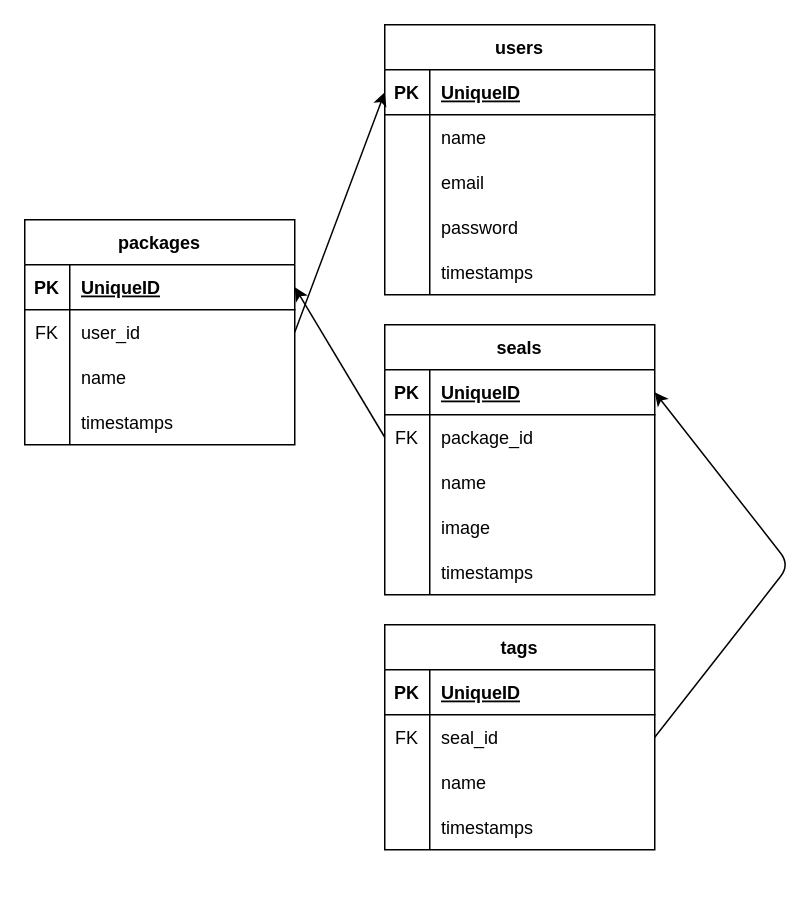
Before: er.dio in okd08/seal-storage, a draw.io diagram. Source tidied: cells renumbered, new cells numbered last; positions are measured from the earlier drawing's top-left corner, leaving out a move shared by most shapes. Both pictures are drawn from the tidied source at 150%, with x=0, y=0 at pixel (24, 24).
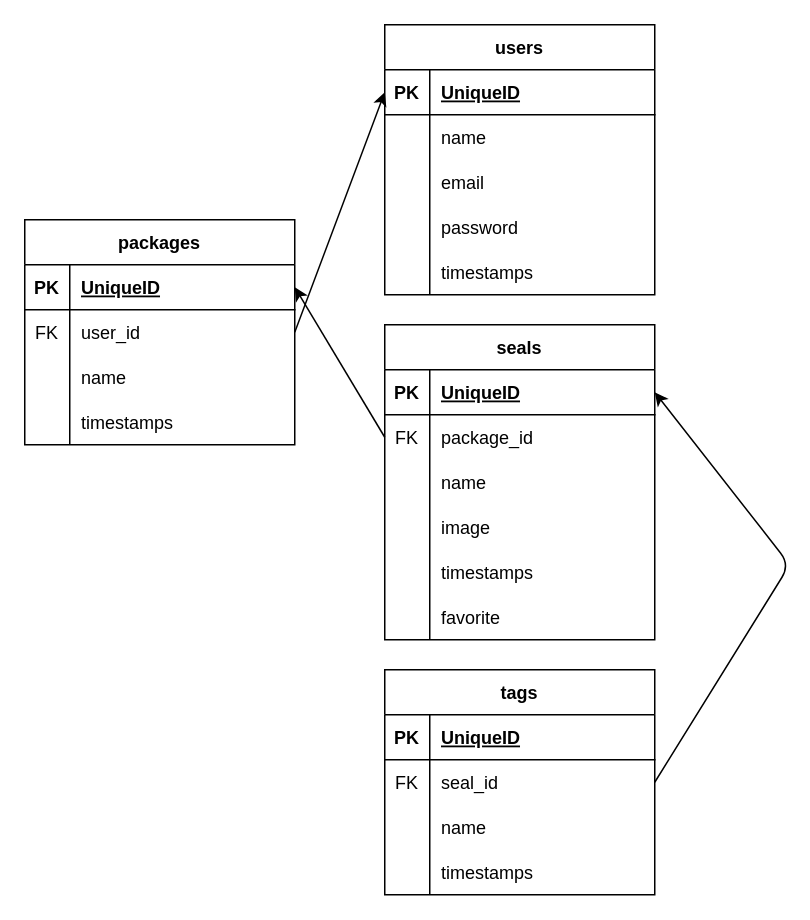
The same diagram, later.

The edit, as a diff of the source:
```diff
@@
     <mxCell id="18" value="seals" style="shape=table;startSize=30;childLayout=tableLayout;rowLines=0;fontStyle=1;align=center;" parent="1" vertex="1">
-      <mxGeometry x="240" y="200" width="180" height="180" as="geometry" />
+      <mxGeometry x="240" y="200" width="180" height="210" as="geometry" />
     </mxCell>
@@
+    <mxCell id="63" style="shape=tableRow;horizontal=0;startSize=0;swimlaneHead=0;swimlaneBody=0;fillColor=none;top=0;left=0;right=0;bottom=0;" parent="18" vertex="1">
+      <mxGeometry y="180" width="180" height="30" as="geometry" />
+    </mxCell>
+    <mxCell id="64" style="shape=partialRectangle;fillColor=none;top=0;left=0;bottom=0;right=0;overflow=hidden;" parent="63" vertex="1">
+      <mxGeometry width="30" height="30" as="geometry" />
+    </mxCell>
+    <mxCell id="65" value="favorite" style="shape=partialRectangle;fillColor=none;top=0;left=0;bottom=0;right=0;align=left;spacingLeft=6;overflow=hidden;" parent="63" vertex="1">
+      <mxGeometry x="30" width="150" height="30" as="geometry" />
+    </mxCell>
@@
     <mxCell id="47" value="tags" style="shape=table;startSize=30;childLayout=tableLayout;rowLines=0;fontStyle=1;align=center;" parent="1" vertex="1">
-      <mxGeometry x="240" y="400" width="180" height="150" as="geometry" />
+      <mxGeometry x="240" y="430" width="180" height="150" as="geometry" />
     </mxCell>
```
